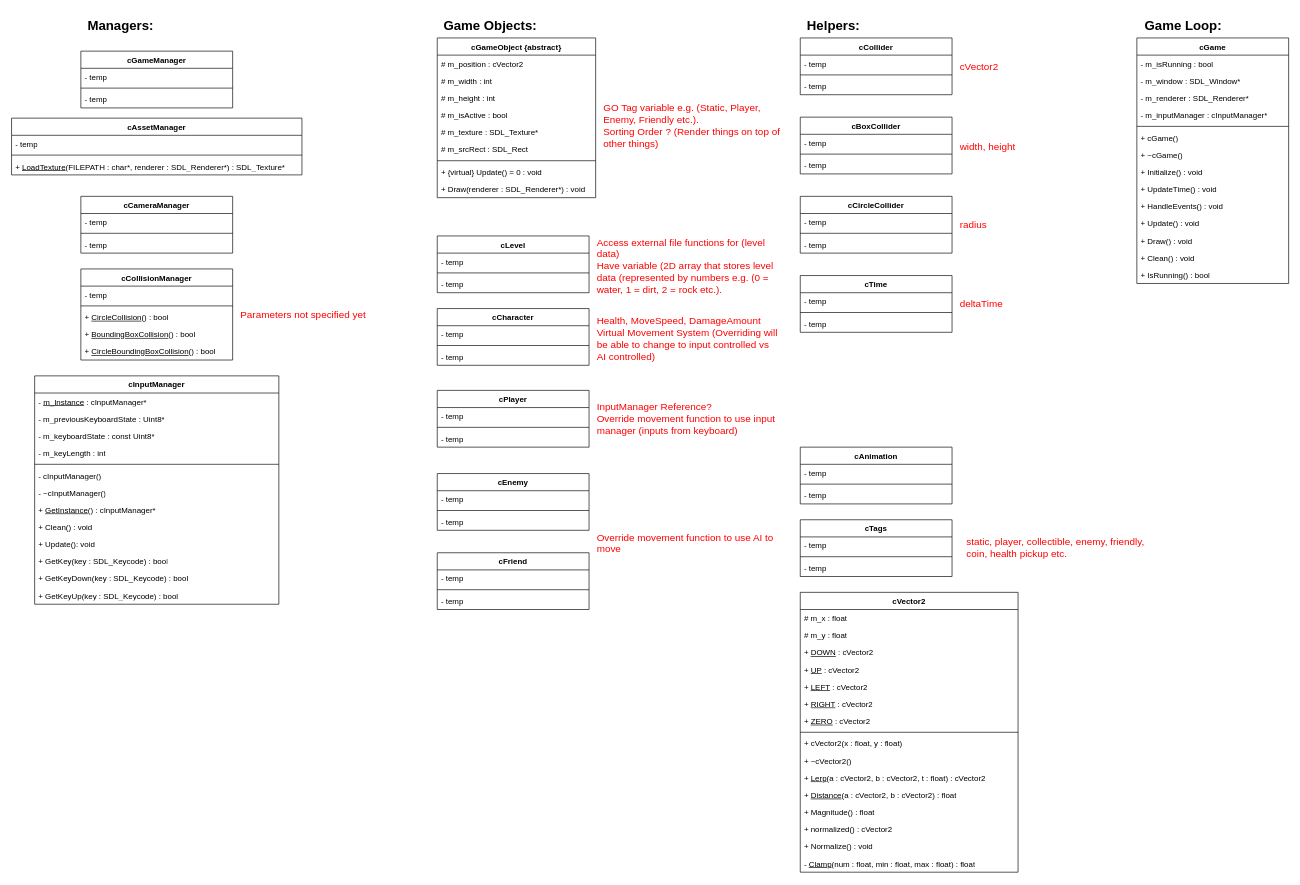
Before: CGP UML Diagram.drawio in TheMGLegends/CGP-Assessment-Project, a draw.io diagram. Source tidied: cells renumbered, new cells numbered last; positions are measured from the earlier drawing's top-left corner, leaving out a move shared by most shapes. Both pictures are drawn from the tidied source at 66%, with x=0, y=0 at pixel (11, 11).
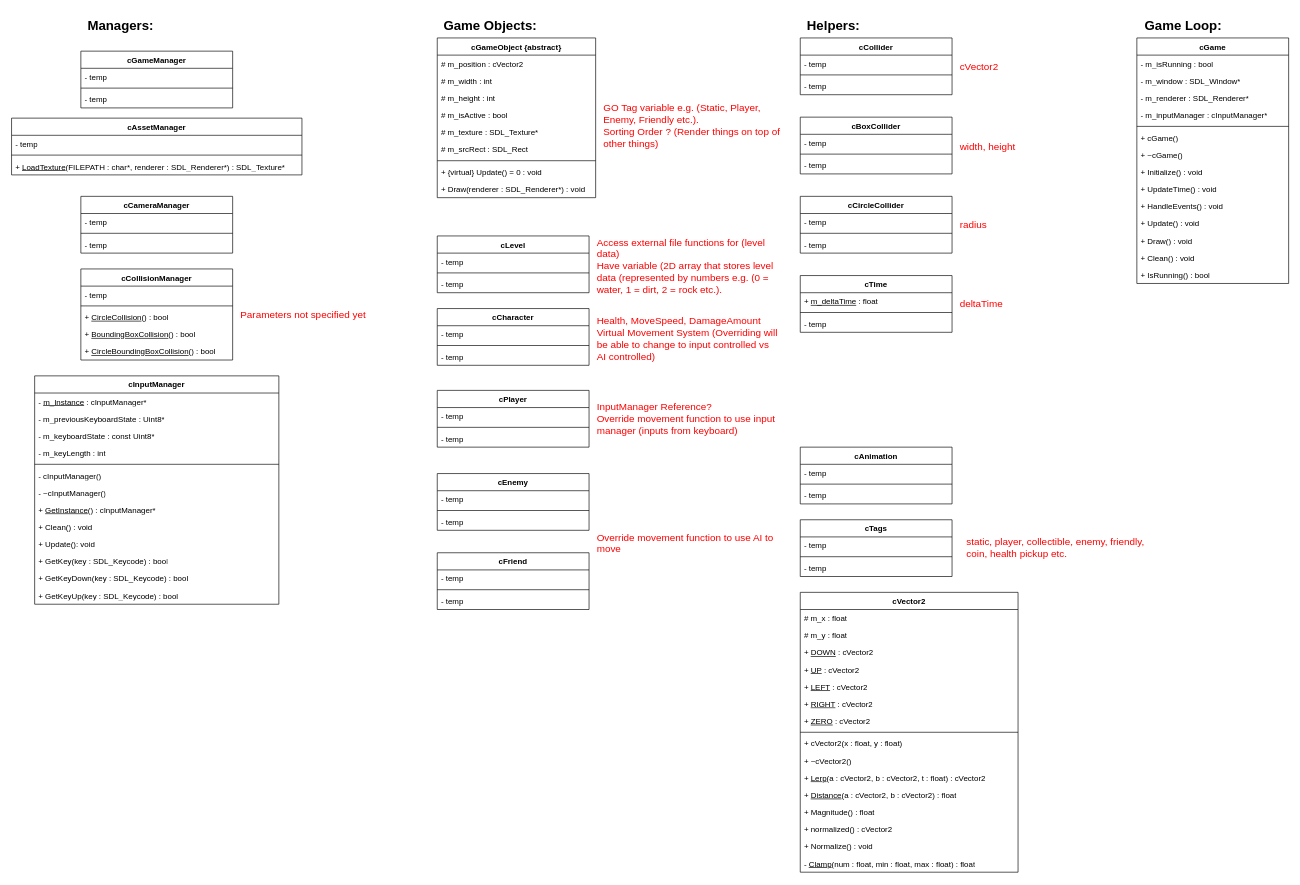
The same page after the edit.

The change refers to these unchanged cells:
```xml
<mxCell id="35" value="cTime" style="swimlane;fontStyle=1;align=center;verticalAlign=top;horizontal=1;startSize=26;whiteSpace=wrap;html=1;" parent="1" vertex="1">
  <mxGeometry x="1195" y="400" width="230" height="86" as="geometry" />
</mxCell>
```

The edit, as a diff of the source:
```diff
@@
-    <mxCell id="36" value="- temp" style="text;strokeColor=none;fillColor=none;align=left;verticalAlign=top;spacingLeft=4;spacingRight=4;overflow=hidden;whiteSpace=wrap;html=1;" parent="35" vertex="1">
+    <mxCell id="36" value="+ &lt;u&gt;m_deltaTime&lt;/u&gt; : float&amp;nbsp;" style="text;strokeColor=none;fillColor=none;align=left;verticalAlign=top;spacingLeft=4;spacingRight=4;overflow=hidden;whiteSpace=wrap;html=1;" parent="35" vertex="1">
       <mxGeometry y="26" width="230" height="26" as="geometry" />
     </mxCell>
```
